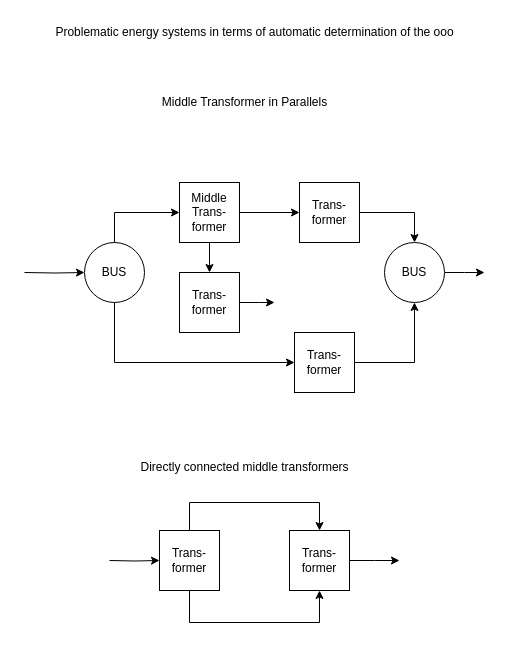
Earlier version of the draw.io diagram docs/fig/source_files/240708_transformer_chain_ooo_problematic_systems.drawio (QuaSi-Software/Documentation). Source tidied: cells renumbered, new cells numbered last; positions are measured from the earlier drawing's top-left corner, leaving out a move shared by most shapes. Both pictures are drawn from the tidied source at 100%, with x=0, y=0 at pixel (24, 17).
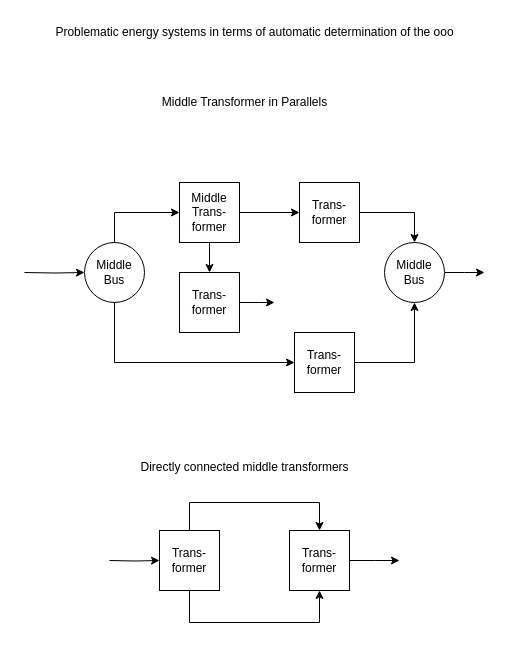
The same page after the edit.

Commit message (it also covers changes not shown here):
corrected figures in transformer ooo

The edit, as a diff of the source:
```diff
@@
-    <mxCell id="6" value="BUS" style="ellipse;whiteSpace=wrap;html=1;" parent="1" vertex="1">
+    <mxCell id="6" value="Middle Bus" style="ellipse;whiteSpace=wrap;html=1;" parent="1" vertex="1">
       <mxGeometry x="360" y="225" width="60" height="60" as="geometry" />
     </mxCell>
@@
-    <mxCell id="14" value="BUS" style="ellipse;whiteSpace=wrap;html=1;" parent="1" vertex="1">
+    <mxCell id="14" value="Middle Bus" style="ellipse;whiteSpace=wrap;html=1;" parent="1" vertex="1">
       <mxGeometry x="60" y="225" width="60" height="60" as="geometry" />
     </mxCell>
```
